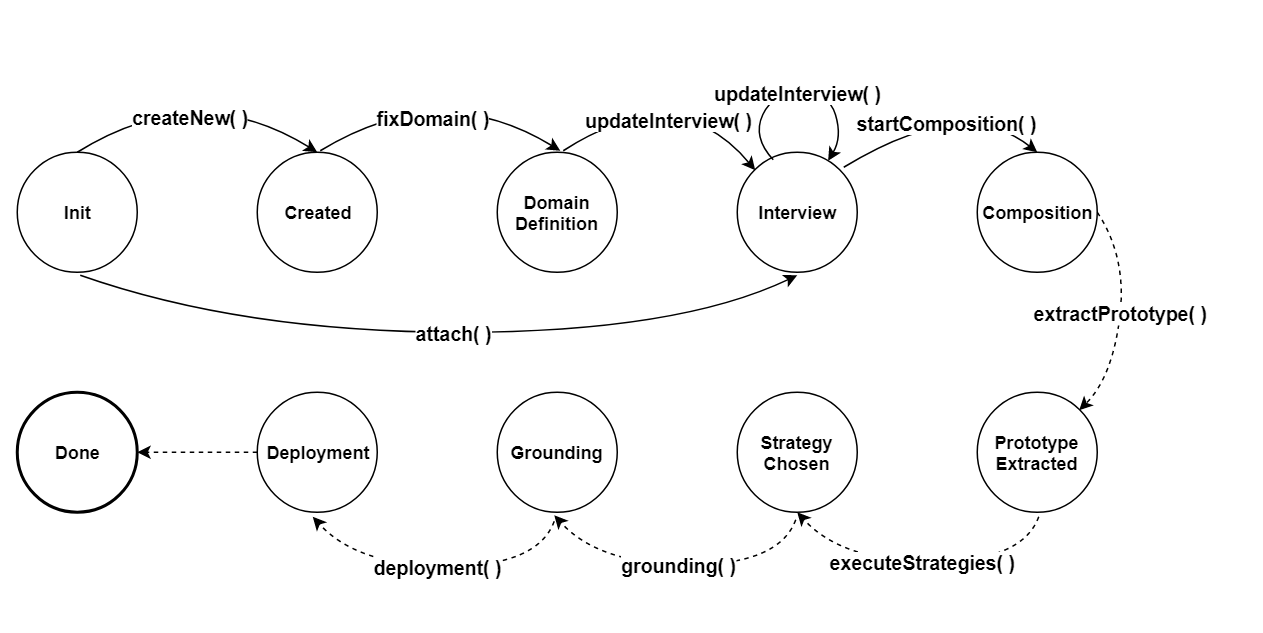
kadirayk/PROSECO keeps this draw.io diagram as docs/img/file_based_pc.png. Above is the earlier version. Source tidied: cells renumbered, new cells last; positions are measured from the earlier drawing's top-left corner, leaving out a move shared by most shapes. Its diagram source:
```xml
<mxGraphModel>
  <root>
    <mxCell id="0" />
    <mxCell id="1" parent="0" />
    <mxCell id="2" value="&lt;font style=&quot;font-size: 12px&quot;&gt;&lt;b&gt;Init&lt;/b&gt;&lt;/font&gt;" style="ellipse;whiteSpace=wrap;html=1;" parent="1" vertex="1">
      <mxGeometry x="10" y="100" width="80" height="80" as="geometry" />
    </mxCell>
    <mxCell id="3" value="&lt;font style=&quot;font-size: 12px&quot;&gt;&lt;b&gt;Created&lt;/b&gt;&lt;/font&gt;" style="ellipse;whiteSpace=wrap;html=1;" parent="1" vertex="1">
      <mxGeometry x="170" y="100" width="80" height="80" as="geometry" />
    </mxCell>
    <mxCell id="4" value="&lt;font style=&quot;font-size: 12px&quot;&gt;&lt;b&gt;Domain Definition&lt;/b&gt;&lt;/font&gt;" style="ellipse;whiteSpace=wrap;html=1;" parent="1" vertex="1">
      <mxGeometry x="330" y="100" width="80" height="80" as="geometry" />
    </mxCell>
    <mxCell id="5" value="&lt;font style=&quot;font-size: 12px&quot;&gt;&lt;b&gt;Interview&lt;/b&gt;&lt;/font&gt;" style="ellipse;whiteSpace=wrap;html=1;" parent="1" vertex="1">
      <mxGeometry x="490" y="100" width="80" height="80" as="geometry" />
    </mxCell>
    <mxCell id="6" value="&lt;font style=&quot;font-size: 12px&quot;&gt;&lt;b&gt;Composition&lt;/b&gt;&lt;/font&gt;" style="ellipse;whiteSpace=wrap;html=1;" parent="1" vertex="1">
      <mxGeometry x="650" y="100" width="80" height="80" as="geometry" />
    </mxCell>
    <mxCell id="7" value="&lt;font style=&quot;font-size: 12px&quot;&gt;&lt;b&gt;Prototype Extracted&lt;/b&gt;&lt;/font&gt;" style="ellipse;whiteSpace=wrap;html=1;" parent="1" vertex="1">
      <mxGeometry x="650" y="260" width="80" height="80" as="geometry" />
    </mxCell>
    <mxCell id="8" value="&lt;font style=&quot;font-size: 12px&quot;&gt;&lt;b&gt;Strategy Chosen&lt;/b&gt;&lt;/font&gt;" style="ellipse;whiteSpace=wrap;html=1;" parent="1" vertex="1">
      <mxGeometry x="490" y="260" width="80" height="80" as="geometry" />
    </mxCell>
    <mxCell id="9" value="&lt;font style=&quot;font-size: 12px&quot;&gt;&lt;b&gt;Grounding&lt;/b&gt;&lt;/font&gt;" style="ellipse;whiteSpace=wrap;html=1;" parent="1" vertex="1">
      <mxGeometry x="330" y="260" width="80" height="80" as="geometry" />
    </mxCell>
    <mxCell id="10" value="&lt;font style=&quot;font-size: 12px&quot;&gt;&lt;b&gt;Deployment&lt;/b&gt;&lt;/font&gt;" style="ellipse;whiteSpace=wrap;html=1;" parent="1" vertex="1">
      <mxGeometry x="170" y="260" width="80" height="80" as="geometry" />
    </mxCell>
    <mxCell id="11" value="&lt;font style=&quot;font-size: 12px&quot;&gt;&lt;b&gt;Done&lt;/b&gt;&lt;/font&gt;" style="ellipse;whiteSpace=wrap;html=1;perimeterSpacing=0;strokeColor=#000000;strokeWidth=2;" parent="1" vertex="1">
      <mxGeometry x="10" y="260" width="80" height="80" as="geometry" />
    </mxCell>
    <mxCell id="12" value="createNew( )" style="curved=1;endArrow=classic;html=1;exitX=0.5;exitY=0;exitDx=0;exitDy=0;entryX=0.5;entryY=0;entryDx=0;entryDy=0;fontStyle=1;fontSize=13;" parent="1" edge="1" source="2" target="3">
      <mxGeometry x="-0.19" y="-21" relative="1" as="geometry">
        <Array as="points">
          <mxPoint x="130" y="50" />
        </Array>
      </mxGeometry>
    </mxCell>
    <mxCell id="13" value="fixDomain( )" style="curved=1;endArrow=classic;html=1;exitX=0.5;exitY=0;exitDx=0;exitDy=0;entryX=0.5;entryY=0;entryDx=0;entryDy=0;fontStyle=1;fontSize=13;" parent="1" edge="1">
      <mxGeometry x="-0.19" y="-21" relative="1" as="geometry">
        <mxPoint x="212" y="99" as="sourcePoint" />
        <mxPoint x="372" y="99" as="targetPoint" />
        <Array as="points">
          <mxPoint x="292" y="50" />
        </Array>
      </mxGeometry>
    </mxCell>
    <mxCell id="14" value="updateInterview( )" style="curved=1;endArrow=classic;html=1;exitX=0.5;exitY=0;exitDx=0;exitDy=0;entryX=0;entryY=0;entryDx=0;entryDy=0;fontStyle=1;fontSize=13;" parent="1" edge="1" target="5">
      <mxGeometry x="-0.19" y="-21" relative="1" as="geometry">
        <mxPoint x="374" y="99" as="sourcePoint" />
        <Array as="points">
          <mxPoint x="450" y="50" />
        </Array>
      </mxGeometry>
    </mxCell>
    <mxCell id="15" value="updateInterview( )" style="curved=1;endArrow=classic;html=1;fontStyle=1;fontSize=13;exitX=0.305;exitY=0.068;exitDx=0;exitDy=0;exitPerimeter=0;" parent="1" edge="1" source="5" target="5">
      <mxGeometry x="-0.01" relative="1" as="geometry">
        <Array as="points">
          <mxPoint x="500" y="90" />
          <mxPoint x="514" y="60" />
          <mxPoint x="551" y="60" />
          <mxPoint x="560" y="90" />
        </Array>
      </mxGeometry>
    </mxCell>
    <mxCell id="16" value="startComposition( )" style="curved=1;endArrow=classic;html=1;exitX=0.5;exitY=0;exitDx=0;exitDy=0;entryX=0.5;entryY=0;entryDx=0;entryDy=0;fontStyle=1;fontSize=13;" parent="1" edge="1" target="6">
      <mxGeometry x="-0.05" y="-10" relative="1" as="geometry">
        <mxPoint x="561" y="110" as="sourcePoint" />
        <Array as="points">
          <mxPoint x="641" y="61" />
        </Array>
        <mxPoint y="1" as="offset" />
      </mxGeometry>
    </mxCell>
    <mxCell id="17" value="&lt;b&gt;extractPrototype( )&lt;/b&gt;" style="curved=1;endArrow=classic;html=1;fontSize=13;exitX=1;exitY=0.5;exitDx=0;exitDy=0;entryX=1;entryY=0;entryDx=0;entryDy=0;dashed=1;" parent="1" edge="1" source="6" target="7">
      <mxGeometry relative="1" as="geometry">
        <Array as="points">
          <mxPoint x="750" y="170" />
          <mxPoint x="740" y="250" />
        </Array>
      </mxGeometry>
    </mxCell>
    <mxCell id="18" value="&lt;b&gt;executeStrategies( )&lt;/b&gt;" style="curved=1;endArrow=classic;html=1;fontSize=13;exitX=1;exitY=0.5;exitDx=0;exitDy=0;dashed=1;entryX=0.5;entryY=1;entryDx=0;entryDy=0;" parent="1" edge="1" target="8">
      <mxGeometry relative="1" as="geometry">
        <mxPoint x="691" y="343" as="sourcePoint" />
        <Array as="points">
          <mxPoint x="680" y="373" />
          <mxPoint x="560" y="373" />
        </Array>
      </mxGeometry>
    </mxCell>
    <mxCell id="19" value="&lt;b&gt;grounding( )&lt;/b&gt;" style="curved=1;endArrow=classic;html=1;fontSize=13;exitX=1;exitY=0.5;exitDx=0;exitDy=0;dashed=1;entryX=0.5;entryY=1;entryDx=0;entryDy=0;" parent="1" edge="1">
      <mxGeometry relative="1" as="geometry">
        <mxPoint x="529" y="345" as="sourcePoint" />
        <mxPoint x="368" y="342" as="targetPoint" />
        <Array as="points">
          <mxPoint x="518" y="375" />
          <mxPoint x="398" y="375" />
        </Array>
      </mxGeometry>
    </mxCell>
    <mxCell id="20" value="&lt;b&gt;deployment( )&lt;/b&gt;" style="curved=1;endArrow=classic;html=1;fontSize=13;exitX=1;exitY=0.5;exitDx=0;exitDy=0;dashed=1;entryX=0.5;entryY=1;entryDx=0;entryDy=0;" parent="1" edge="1">
      <mxGeometry relative="1" as="geometry">
        <mxPoint x="368" y="346" as="sourcePoint" />
        <mxPoint x="207" y="343" as="targetPoint" />
        <Array as="points">
          <mxPoint x="357" y="376" />
          <mxPoint x="237" y="376" />
        </Array>
      </mxGeometry>
    </mxCell>
    <mxCell id="21" style="endArrow=classic;html=1;dashed=1;fontSize=13;entryX=1;entryY=0.5;entryDx=0;entryDy=0;exitX=0;exitY=0.5;exitDx=0;exitDy=0;" parent="1" edge="1" source="10" target="11">
      <mxGeometry relative="1" as="geometry" />
    </mxCell>
    <mxCell id="22" value="attach( )" style="curved=1;endArrow=classic;html=1;exitX=0.5;exitY=0;exitDx=0;exitDy=0;fontStyle=1;fontSize=13;" parent="1" edge="1">
      <mxGeometry x="0.03" relative="1" as="geometry">
        <mxPoint x="52" y="182" as="sourcePoint" />
        <mxPoint x="530" y="182" as="targetPoint" />
        <Array as="points">
          <mxPoint x="160" y="220" />
          <mxPoint x="450" y="220" />
        </Array>
      </mxGeometry>
    </mxCell>
    <mxCell id="23" style="rounded=0;whiteSpace=wrap;html=1;strokeColor=#000000;strokeWidth=2;fontSize=13;opacity=0;" parent="1" vertex="1">
      <mxGeometry width="840" height="420" as="geometry" />
    </mxCell>
  </root>
</mxGraphModel>
```
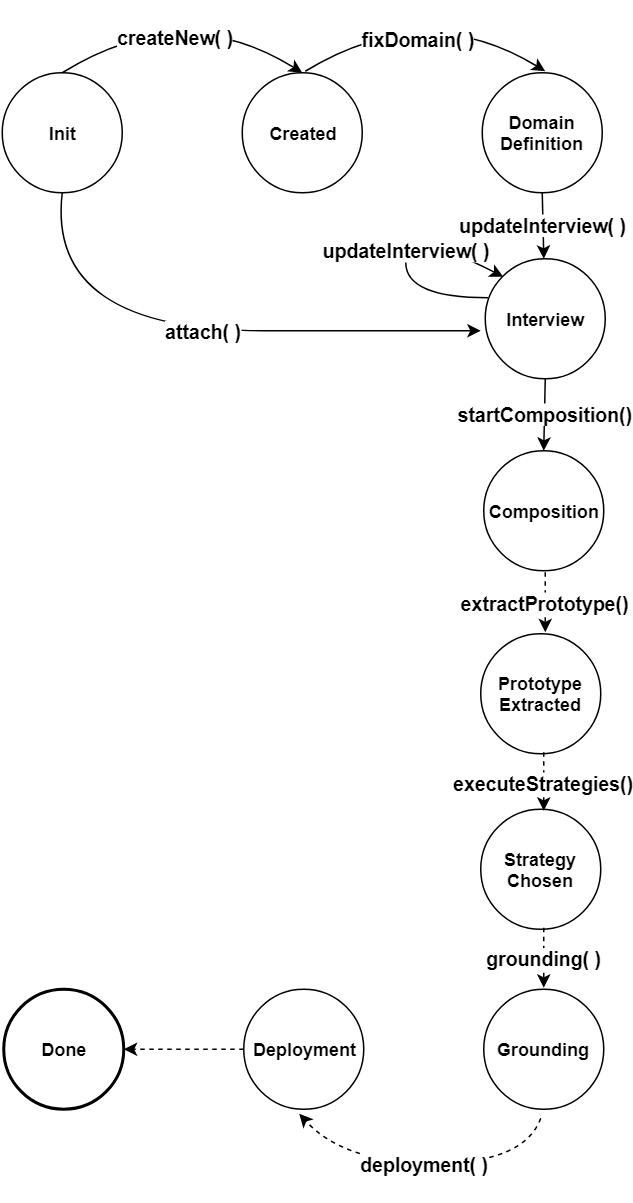
After the commit.

Change to the diagram source:
```diff
@@ -3,130 +3,107 @@
     <mxCell id="0" />
     <mxCell id="1" parent="0" />
     <mxCell id="2" value="&lt;font style=&quot;font-size: 12px&quot;&gt;&lt;b&gt;Init&lt;/b&gt;&lt;/font&gt;" style="ellipse;whiteSpace=wrap;html=1;" parent="1" vertex="1">
-      <mxGeometry x="10" y="100" width="80" height="80" as="geometry" />
+      <mxGeometry x="131" y="-13" width="80" height="80" as="geometry" />
     </mxCell>
     <mxCell id="3" value="&lt;font style=&quot;font-size: 12px&quot;&gt;&lt;b&gt;Created&lt;/b&gt;&lt;/font&gt;" style="ellipse;whiteSpace=wrap;html=1;" parent="1" vertex="1">
-      <mxGeometry x="170" y="100" width="80" height="80" as="geometry" />
+      <mxGeometry x="291" y="-13" width="80" height="80" as="geometry" />
     </mxCell>
     <mxCell id="4" value="&lt;font style=&quot;font-size: 12px&quot;&gt;&lt;b&gt;Domain Definition&lt;/b&gt;&lt;/font&gt;" style="ellipse;whiteSpace=wrap;html=1;" parent="1" vertex="1">
-      <mxGeometry x="330" y="100" width="80" height="80" as="geometry" />
+      <mxGeometry x="451" y="-13" width="80" height="80" as="geometry" />
     </mxCell>
     <mxCell id="5" value="&lt;font style=&quot;font-size: 12px&quot;&gt;&lt;b&gt;Interview&lt;/b&gt;&lt;/font&gt;" style="ellipse;whiteSpace=wrap;html=1;" parent="1" vertex="1">
-      <mxGeometry x="490" y="100" width="80" height="80" as="geometry" />
+      <mxGeometry x="453" y="111" width="80" height="80" as="geometry" />
     </mxCell>
     <mxCell id="6" value="&lt;font style=&quot;font-size: 12px&quot;&gt;&lt;b&gt;Composition&lt;/b&gt;&lt;/font&gt;" style="ellipse;whiteSpace=wrap;html=1;" parent="1" vertex="1">
-      <mxGeometry x="650" y="100" width="80" height="80" as="geometry" />
+      <mxGeometry x="452" y="239" width="80" height="80" as="geometry" />
     </mxCell>
     <mxCell id="7" value="&lt;font style=&quot;font-size: 12px&quot;&gt;&lt;b&gt;Prototype Extracted&lt;/b&gt;&lt;/font&gt;" style="ellipse;whiteSpace=wrap;html=1;" parent="1" vertex="1">
-      <mxGeometry x="650" y="260" width="80" height="80" as="geometry" />
+      <mxGeometry x="450" y="361" width="80" height="80" as="geometry" />
     </mxCell>
     <mxCell id="8" value="&lt;font style=&quot;font-size: 12px&quot;&gt;&lt;b&gt;Strategy Chosen&lt;/b&gt;&lt;/font&gt;" style="ellipse;whiteSpace=wrap;html=1;" parent="1" vertex="1">
-      <mxGeometry x="490" y="260" width="80" height="80" as="geometry" />
+      <mxGeometry x="450" y="478" width="80" height="80" as="geometry" />
     </mxCell>
     <mxCell id="9" value="&lt;font style=&quot;font-size: 12px&quot;&gt;&lt;b&gt;Grounding&lt;/b&gt;&lt;/font&gt;" style="ellipse;whiteSpace=wrap;html=1;" parent="1" vertex="1">
-      <mxGeometry x="330" y="260" width="80" height="80" as="geometry" />
+      <mxGeometry x="452" y="598" width="80" height="80" as="geometry" />
     </mxCell>
     <mxCell id="10" value="&lt;font style=&quot;font-size: 12px&quot;&gt;&lt;b&gt;Deployment&lt;/b&gt;&lt;/font&gt;" style="ellipse;whiteSpace=wrap;html=1;" parent="1" vertex="1">
-      <mxGeometry x="170" y="260" width="80" height="80" as="geometry" />
+      <mxGeometry x="292" y="598" width="80" height="80" as="geometry" />
     </mxCell>
     <mxCell id="11" value="&lt;font style=&quot;font-size: 12px&quot;&gt;&lt;b&gt;Done&lt;/b&gt;&lt;/font&gt;" style="ellipse;whiteSpace=wrap;html=1;perimeterSpacing=0;strokeColor=#000000;strokeWidth=2;" parent="1" vertex="1">
-      <mxGeometry x="10" y="260" width="80" height="80" as="geometry" />
+      <mxGeometry x="132" y="598" width="80" height="80" as="geometry" />
     </mxCell>
     <mxCell id="12" value="createNew( )" style="curved=1;endArrow=classic;html=1;exitX=0.5;exitY=0;exitDx=0;exitDy=0;entryX=0.5;entryY=0;entryDx=0;entryDy=0;fontStyle=1;fontSize=13;" parent="1" edge="1" source="2" target="3">
       <mxGeometry x="-0.19" y="-21" relative="1" as="geometry">
         <Array as="points">
-          <mxPoint x="130" y="50" />
+          <mxPoint x="251" y="-63" />
         </Array>
       </mxGeometry>
     </mxCell>
     <mxCell id="13" value="fixDomain( )" style="curved=1;endArrow=classic;html=1;exitX=0.5;exitY=0;exitDx=0;exitDy=0;entryX=0.5;entryY=0;entryDx=0;entryDy=0;fontStyle=1;fontSize=13;" parent="1" edge="1">
       <mxGeometry x="-0.19" y="-21" relative="1" as="geometry">
-        <mxPoint x="212" y="99" as="sourcePoint" />
-        <mxPoint x="372" y="99" as="targetPoint" />
+        <mxPoint x="333" y="-14" as="sourcePoint" />
+        <mxPoint x="493" y="-14" as="targetPoint" />
         <Array as="points">
-          <mxPoint x="292" y="50" />
+          <mxPoint x="413" y="-63" />
         </Array>
       </mxGeometry>
     </mxCell>
-    <mxCell id="14" value="updateInterview( )" style="curved=1;endArrow=classic;html=1;exitX=0.5;exitY=0;exitDx=0;exitDy=0;entryX=0;entryY=0;entryDx=0;entryDy=0;fontStyle=1;fontSize=13;" parent="1" edge="1" target="5">
-      <mxGeometry x="-0.19" y="-21" relative="1" as="geometry">
-        <mxPoint x="374" y="99" as="sourcePoint" />
-        <Array as="points">
-          <mxPoint x="450" y="50" />
-        </Array>
-      </mxGeometry>
-    </mxCell>
-    <mxCell id="15" value="updateInterview( )" style="curved=1;endArrow=classic;html=1;fontStyle=1;fontSize=13;exitX=0.305;exitY=0.068;exitDx=0;exitDy=0;exitPerimeter=0;" parent="1" edge="1" source="5" target="5">
+    <mxCell id="15" value="updateInterview( )" style="curved=1;endArrow=classic;html=1;fontStyle=1;fontSize=13;exitX=0.028;exitY=0.33;exitDx=0;exitDy=0;entryX=0;entryY=0;entryDx=0;entryDy=0;exitPerimeter=0;" parent="1" edge="1" source="5" target="5">
       <mxGeometry x="-0.01" relative="1" as="geometry">
         <Array as="points">
-          <mxPoint x="500" y="90" />
-          <mxPoint x="514" y="60" />
-          <mxPoint x="551" y="60" />
-          <mxPoint x="560" y="90" />
+          <mxPoint x="400" y="137" />
+          <mxPoint x="400" y="90" />
         </Array>
       </mxGeometry>
     </mxCell>
-    <mxCell id="16" value="startComposition( )" style="curved=1;endArrow=classic;html=1;exitX=0.5;exitY=0;exitDx=0;exitDy=0;entryX=0.5;entryY=0;entryDx=0;entryDy=0;fontStyle=1;fontSize=13;" parent="1" edge="1" target="6">
-      <mxGeometry x="-0.05" y="-10" relative="1" as="geometry">
-        <mxPoint x="561" y="110" as="sourcePoint" />
-        <Array as="points">
-          <mxPoint x="641" y="61" />
-        </Array>
-        <mxPoint y="1" as="offset" />
-      </mxGeometry>
-    </mxCell>
-    <mxCell id="17" value="&lt;b&gt;extractPrototype( )&lt;/b&gt;" style="curved=1;endArrow=classic;html=1;fontSize=13;exitX=1;exitY=0.5;exitDx=0;exitDy=0;entryX=1;entryY=0;entryDx=0;entryDy=0;dashed=1;" parent="1" edge="1" source="6" target="7">
-      <mxGeometry relative="1" as="geometry">
-        <Array as="points">
-          <mxPoint x="750" y="170" />
-          <mxPoint x="740" y="250" />
-        </Array>
-      </mxGeometry>
-    </mxCell>
-    <mxCell id="18" value="&lt;b&gt;executeStrategies( )&lt;/b&gt;" style="curved=1;endArrow=classic;html=1;fontSize=13;exitX=1;exitY=0.5;exitDx=0;exitDy=0;dashed=1;entryX=0.5;entryY=1;entryDx=0;entryDy=0;" parent="1" edge="1" target="8">
-      <mxGeometry relative="1" as="geometry">
-        <mxPoint x="691" y="343" as="sourcePoint" />
-        <Array as="points">
-          <mxPoint x="680" y="373" />
-          <mxPoint x="560" y="373" />
-        </Array>
-      </mxGeometry>
-    </mxCell>
-    <mxCell id="19" value="&lt;b&gt;grounding( )&lt;/b&gt;" style="curved=1;endArrow=classic;html=1;fontSize=13;exitX=1;exitY=0.5;exitDx=0;exitDy=0;dashed=1;entryX=0.5;entryY=1;entryDx=0;entryDy=0;" parent="1" edge="1">
-      <mxGeometry relative="1" as="geometry">
-        <mxPoint x="529" y="345" as="sourcePoint" />
-        <mxPoint x="368" y="342" as="targetPoint" />
-        <Array as="points">
-          <mxPoint x="518" y="375" />
-          <mxPoint x="398" y="375" />
-        </Array>
-      </mxGeometry>
-    </mxCell>
     <mxCell id="20" value="&lt;b&gt;deployment( )&lt;/b&gt;" style="curved=1;endArrow=classic;html=1;fontSize=13;exitX=1;exitY=0.5;exitDx=0;exitDy=0;dashed=1;entryX=0.5;entryY=1;entryDx=0;entryDy=0;" parent="1" edge="1">
       <mxGeometry relative="1" as="geometry">
-        <mxPoint x="368" y="346" as="sourcePoint" />
-        <mxPoint x="207" y="343" as="targetPoint" />
+        <mxPoint x="490" y="684" as="sourcePoint" />
+        <mxPoint x="329" y="681" as="targetPoint" />
         <Array as="points">
-          <mxPoint x="357" y="376" />
-          <mxPoint x="237" y="376" />
+          <mxPoint x="479" y="714" />
+          <mxPoint x="359" y="714" />
         </Array>
       </mxGeometry>
     </mxCell>
     <mxCell id="21" style="endArrow=classic;html=1;dashed=1;fontSize=13;entryX=1;entryY=0.5;entryDx=0;entryDy=0;exitX=0;exitY=0.5;exitDx=0;exitDy=0;" parent="1" edge="1" source="10" target="11">
       <mxGeometry relative="1" as="geometry" />
     </mxCell>
-    <mxCell id="22" value="attach( )" style="curved=1;endArrow=classic;html=1;exitX=0.5;exitY=0;exitDx=0;exitDy=0;fontStyle=1;fontSize=13;" parent="1" edge="1">
+    <mxCell id="22" value="attach( )" style="curved=1;endArrow=classic;html=1;exitX=0.5;exitY=1;exitDx=0;exitDy=0;fontStyle=1;fontSize=13;" parent="1" edge="1" source="2">
       <mxGeometry x="0.03" relative="1" as="geometry">
-        <mxPoint x="52" y="182" as="sourcePoint" />
-        <mxPoint x="530" y="182" as="targetPoint" />
+        <mxPoint x="450" y="159" as="targetPoint" />
         <Array as="points">
-          <mxPoint x="160" y="220" />
-          <mxPoint x="450" y="220" />
+          <mxPoint x="160" y="159" />
+          <mxPoint x="450" y="159" />
         </Array>
       </mxGeometry>
     </mxCell>
-    <mxCell id="23" style="rounded=0;whiteSpace=wrap;html=1;strokeColor=#000000;strokeWidth=2;fontSize=13;opacity=0;" parent="1" vertex="1">
-      <mxGeometry width="840" height="420" as="geometry" />
-    </mxCell>
+    <mxCell id="14" value="&lt;b&gt;updateInterview( )&lt;/b&gt;" style="endArrow=classic;html=1;fontSize=13;exitX=0.5;exitY=1;exitDx=0;exitDy=0;" parent="1" edge="1" source="4" target="5">
+      <mxGeometry relative="1" as="geometry" />
+    </mxCell>
+    <mxCell id="24" value="&lt;b&gt;startComposition()&lt;/b&gt;" style="endArrow=classic;html=1;fontSize=13;entryX=0.5;entryY=0;entryDx=0;entryDy=0;exitX=0.5;exitY=1;exitDx=0;exitDy=0;" parent="1" edge="1" source="5" target="6">
+      <mxGeometry relative="1" as="geometry" />
+    </mxCell>
+    <mxCell id="25" value="&lt;b&gt;extractPrototype()&lt;/b&gt;" style="endArrow=classic;html=1;fontSize=13;entryX=0.5;entryY=0;entryDx=0;entryDy=0;dashed=1;" parent="1" edge="1">
+      <mxGeometry relative="1" as="geometry">
+        <mxPoint x="493" y="320" as="sourcePoint" />
+        <mxPoint x="493" y="360" as="targetPoint" />
+      </mxGeometry>
+    </mxCell>
+    <mxCell id="26" value="&lt;b&gt;executeStrategies()&lt;/b&gt;" style="endArrow=classic;html=1;fontSize=13;entryX=0.5;entryY=0;entryDx=0;entryDy=0;dashed=1;" parent="1" edge="1">
+      <mxGeometry relative="1" as="geometry">
+        <mxPoint x="492" y="440" as="sourcePoint" />
+        <mxPoint x="492" y="479" as="targetPoint" />
+      </mxGeometry>
+    </mxCell>
+    <mxCell id="19" value="&lt;b&gt;grounding( )&lt;/b&gt;" style="endArrow=classic;html=1;fontSize=13;entryX=0.5;entryY=0;entryDx=0;entryDy=0;dashed=1;" parent="1" edge="1">
+      <mxGeometry relative="1" as="geometry">
+        <mxPoint x="492" y="557" as="sourcePoint" />
+        <mxPoint x="492" y="597" as="targetPoint" />
+      </mxGeometry>
+    </mxCell>
+    <mxCell id="27" style="rounded=0;whiteSpace=wrap;html=1;strokeColor=#000000;strokeWidth=2;fontSize=13;opacity=0;" parent="1" vertex="1">
+      <mxGeometry x="131" y="-60" width="419" height="800" as="geometry" />
+    </mxCell>
   </root>
 </mxGraphModel>
```
